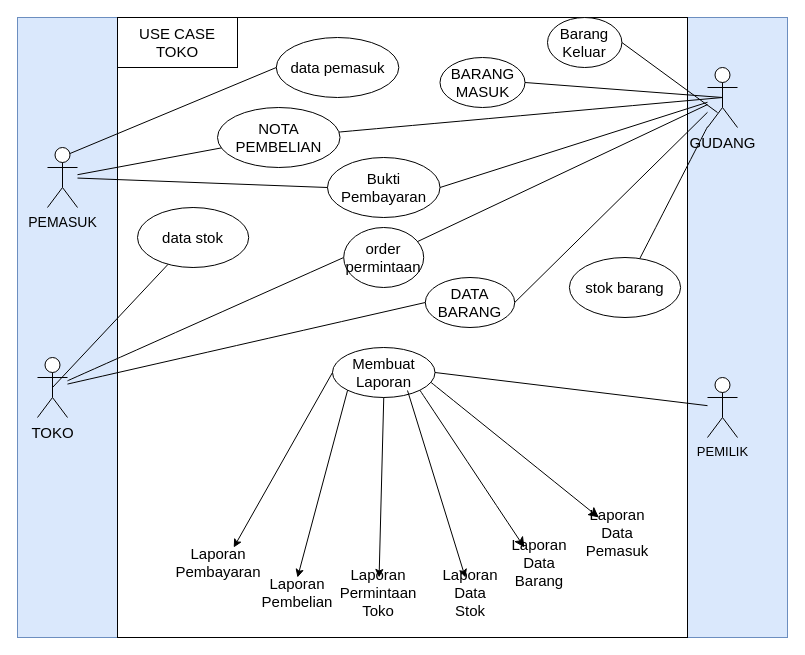
Above: page "use case" (1 of 4) of Untitled Diagram.drawio in htmledan/Shell-script-gugugaga (draw.io), before the change. Source tidied: cells renumbered, new cells numbered last; positions are measured from the earlier drawing's top-left corner, leaving out a move shared by most shapes. Both pictures are drawn from the tidied source at 100%, with x=0, y=0 at pixel (17, 17).
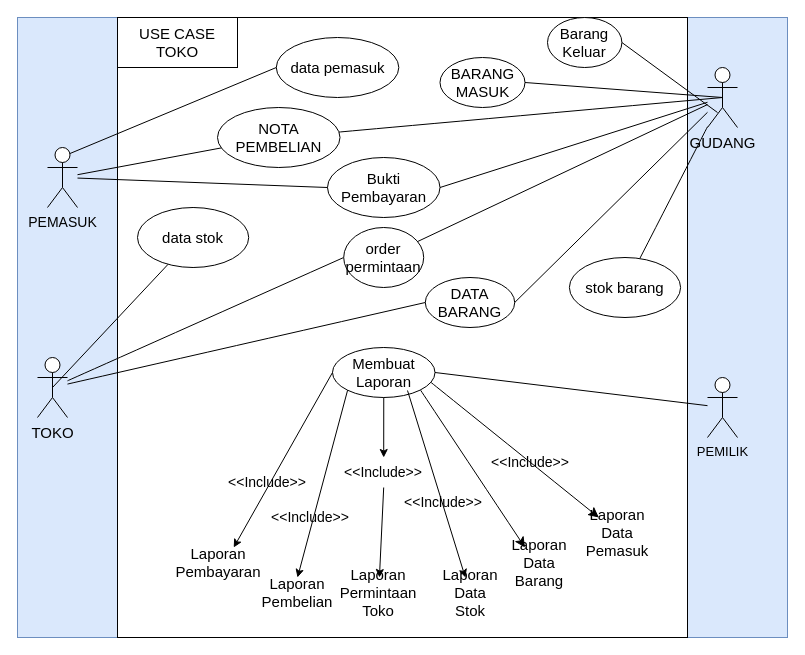
The same page after the edit.

The change refers to these unchanged cells:
```xml
<mxCell id="12" value="Membuat Laporan" style="ellipse;whiteSpace=wrap;html=1;fontSize=15;" parent="1" vertex="1">
  <mxGeometry x="315" y="330" width="102.5" height="50" as="geometry" />
</mxCell>
<mxCell id="35" value="Laporan Permintaan Toko" style="text;html=1;align=center;verticalAlign=middle;whiteSpace=wrap;rounded=0;fontSize=15;" parent="1" vertex="1">
  <mxGeometry x="331.2" y="560" width="60" height="30" as="geometry" />
</mxCell>
<mxCell id="43" value="Laporan Data Barang" style="text;html=1;align=center;verticalAlign=middle;whiteSpace=wrap;rounded=0;fontSize=15;" parent="1" vertex="1">
  <mxGeometry x="491.9" y="530" width="60" height="30" as="geometry" />
</mxCell>
```

The edit, as a diff of the source:
```diff
@@
-    <mxCell id="10" style="edgeStyle=none;curved=1;rounded=0;jettySize=auto;html=1;entryX=0.25;entryY=0;entryDx=0;entryDy=0;fontSize=12;startSize=8;endSize=8;exitX=1;exitY=1;exitDx=0;exitDy=0;" parent="1" edge="1" source="12" target="43">
-      <mxGeometry relative="1" as="geometry" />
+    <mxCell id="10" style="edgeStyle=none;curved=1;rounded=0;orthogonalLoop=1;jettySize=auto;html=1;entryX=0.25;entryY=0;entryDx=0;entryDy=0;fontSize=12;startSize=8;endSize=8;exitX=1;exitY=1;exitDx=0;exitDy=0;" parent="1" edge="1">
+      <mxGeometry relative="1" as="geometry">
+        <mxPoint x="403.1" y="372.7" as="sourcePoint" />
+        <mxPoint x="507.5" y="530" as="targetPoint" />
+      </mxGeometry>
     </mxCell>
@@
-    <mxCell id="36" style="endArrow=classic;html=1;rounded=0;exitX=0.5;exitY=1;exitDx=0;exitDy=0;" parent="1" edge="1" source="12" target="35">
+    <mxCell id="36" style="endArrow=classic;html=1;rounded=0;exitX=0.5;exitY=1;exitDx=0;exitDy=0;" parent="1" edge="1" source="51" target="35">
       <mxGeometry relative="1" as="geometry" />
     </mxCell>
@@
+    <mxCell id="46" value="&amp;lt;&amp;lt;Include&amp;gt;&amp;gt;" style="text;html=1;align=center;verticalAlign=middle;whiteSpace=wrap;rounded=0;fontSize=14;" parent="1" vertex="1">
+      <mxGeometry x="396.2" y="470" width="60" height="30" as="geometry" />
+    </mxCell>
+    <mxCell id="47" value="&amp;lt;&amp;lt;Include&amp;gt;&amp;gt;" style="text;html=1;align=center;verticalAlign=middle;whiteSpace=wrap;rounded=0;fontSize=14;" parent="1" vertex="1">
+      <mxGeometry x="482.5" y="430" width="60" height="30" as="geometry" />
+    </mxCell>
+    <mxCell id="48" value="&amp;lt;&amp;lt;Include&amp;gt;&amp;gt;" style="text;html=1;align=center;verticalAlign=middle;whiteSpace=wrap;rounded=0;fontSize=14;" parent="1" vertex="1">
+      <mxGeometry x="262.5" y="485" width="60" height="30" as="geometry" />
+    </mxCell>
+    <mxCell id="49" value="&amp;lt;&amp;lt;Include&amp;gt;&amp;gt;" style="text;html=1;align=center;verticalAlign=middle;whiteSpace=wrap;rounded=0;fontSize=14;" parent="1" vertex="1">
+      <mxGeometry x="220" y="450" width="60" height="30" as="geometry" />
+    </mxCell>
+    <mxCell id="50" style="endArrow=classic;html=1;rounded=0;exitX=0.5;exitY=1;exitDx=0;exitDy=0;" parent="1" edge="1" source="12" target="51">
+      <mxGeometry relative="1" as="geometry" />
+    </mxCell>
+    <mxCell id="51" value="&amp;lt;&amp;lt;Include&amp;gt;&amp;gt;" style="text;html=1;align=center;verticalAlign=middle;whiteSpace=wrap;rounded=0;fontSize=14;" parent="1" vertex="1">
+      <mxGeometry x="336.2" y="440" width="60" height="30" as="geometry" />
+    </mxCell>
```
